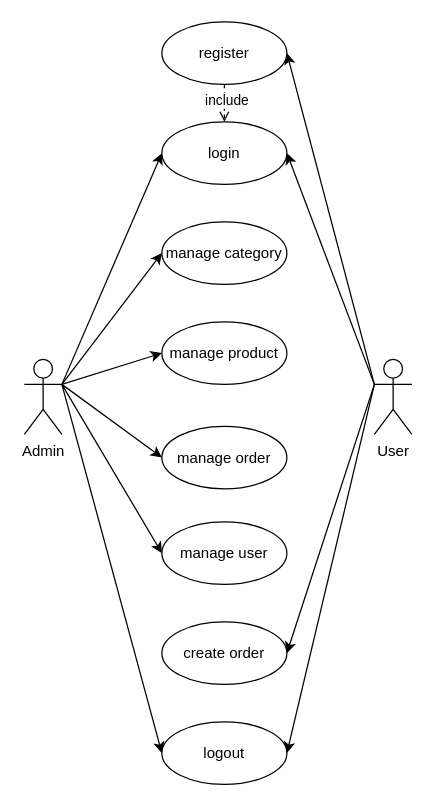
dzikfr/technical-test-eduwork keeps this draw.io diagram as page "useCase" (1 of 2) of umlTechTest.drawio. Above is the earlier version. Source tidied: cells renumbered, new cells numbered last; positions are measured from the earlier drawing's top-left corner, leaving out a move shared by most shapes. Both pictures are drawn from the tidied source at 125%, with x=0, y=0 at pixel (24, 21).
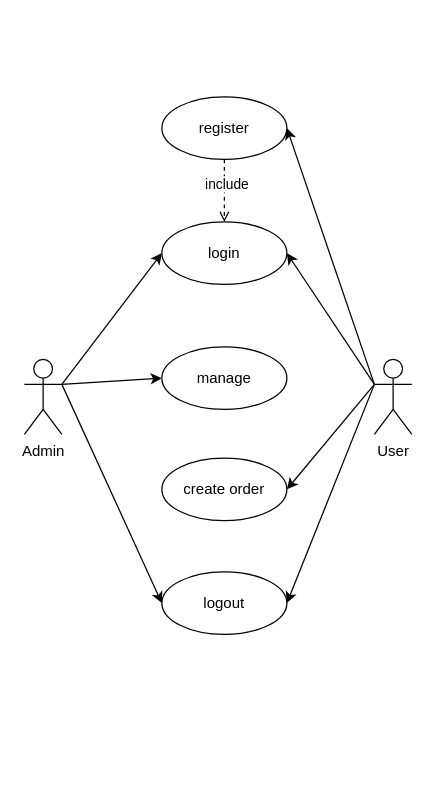
After the change.

The change refers to these unchanged cells:
```xml
<mxCell id="8" value="Admin" style="shape=umlActor;verticalLabelPosition=bottom;verticalAlign=top;html=1;outlineConnect=0;" parent="1" vertex="1">
  <mxGeometry y="270" width="30" height="60" as="geometry" />
</mxCell>
```

Diff of the diagram source:
```diff
@@
-    <mxCell id="3" style="rounded=0;jettySize=auto;html=1;exitX=1;exitY=0.3333333333333333;exitDx=0;exitDy=0;exitPerimeter=0;entryX=0;entryY=0.5;entryDx=0;entryDy=0;" parent="1" edge="1" source="8" target="17">
-      <mxGeometry relative="1" as="geometry" />
-    </mxCell>
-    <mxCell id="4" style="rounded=0;jettySize=auto;html=1;exitX=1;exitY=0.3333333333333333;exitDx=0;exitDy=0;exitPerimeter=0;entryX=0;entryY=0.5;entryDx=0;entryDy=0;" parent="1" edge="1" source="8" target="18">
-      <mxGeometry relative="1" as="geometry" />
-    </mxCell>
-    <mxCell id="5" style="rounded=0;jettySize=auto;html=1;exitX=1;exitY=0.3333333333333333;exitDx=0;exitDy=0;exitPerimeter=0;entryX=0;entryY=0.5;entryDx=0;entryDy=0;" parent="1" edge="1" source="8" target="19">
-      <mxGeometry relative="1" as="geometry" />
-    </mxCell>
@@
     <mxCell id="14" value="register" style="ellipse;whiteSpace=wrap;html=1;" parent="1" vertex="1">
-      <mxGeometry x="110" width="100" height="50" as="geometry" />
+      <mxGeometry x="110" y="60" width="100" height="50" as="geometry" />
     </mxCell>
     <mxCell id="15" value="login" style="ellipse;whiteSpace=wrap;html=1;" parent="1" vertex="1">
-      <mxGeometry x="110" y="80" width="100" height="50" as="geometry" />
+      <mxGeometry x="110" y="160" width="100" height="50" as="geometry" />
     </mxCell>
-    <mxCell id="16" value="manage category" style="ellipse;whiteSpace=wrap;html=1;" parent="1" vertex="1">
-      <mxGeometry x="110" y="160" width="100" height="50" as="geometry" />
+    <mxCell id="16" value="manage" style="ellipse;whiteSpace=wrap;html=1;" parent="1" vertex="1">
+      <mxGeometry x="110" y="260" width="100" height="50" as="geometry" />
     </mxCell>
-    <mxCell id="17" value="manage product" style="ellipse;whiteSpace=wrap;html=1;" parent="1" vertex="1">
-      <mxGeometry x="110" y="240" width="100" height="50" as="geometry" />
-    </mxCell>
-    <mxCell id="18" value="manage order" style="ellipse;whiteSpace=wrap;html=1;" parent="1" vertex="1">
-      <mxGeometry x="110" y="323.5" width="100" height="50" as="geometry" />
-    </mxCell>
-    <mxCell id="19" value="manage user" style="ellipse;whiteSpace=wrap;html=1;" parent="1" vertex="1">
-      <mxGeometry x="110" y="400" width="100" height="50" as="geometry" />
-    </mxCell>
     <mxCell id="20" value="create order" style="ellipse;whiteSpace=wrap;html=1;" parent="1" vertex="1">
-      <mxGeometry x="110" y="480" width="100" height="50" as="geometry" />
+      <mxGeometry x="110" y="349" width="100" height="50" as="geometry" />
     </mxCell>
     <mxCell id="21" value="logout" style="ellipse;whiteSpace=wrap;html=1;" parent="1" vertex="1">
-      <mxGeometry x="110" y="560" width="100" height="50" as="geometry" />
+      <mxGeometry x="110" y="440" width="100" height="50" as="geometry" />
     </mxCell>
-    <mxCell id="22" style="html=1;verticalAlign=bottom;labelBackgroundColor=none;endArrow=open;endFill=0;dashed=1;rounded=0;exitX=0.5;exitY=1;exitDx=0;exitDy=0;" parent="1" edge="1" source="14">
-      <mxGeometry x="1" relative="1" as="geometry">
-        <mxPoint x="160" y="80" as="targetPoint" />
-      </mxGeometry>
+    <mxCell id="22" style="html=1;verticalAlign=bottom;labelBackgroundColor=none;endArrow=open;endFill=0;dashed=1;rounded=0;exitX=0.5;exitY=1;exitDx=0;exitDy=0;entryX=0.5;entryY=0;entryDx=0;entryDy=0;" parent="1" edge="1" source="14" target="15">
+      <mxGeometry x="1" relative="1" as="geometry" />
     </mxCell>
```
